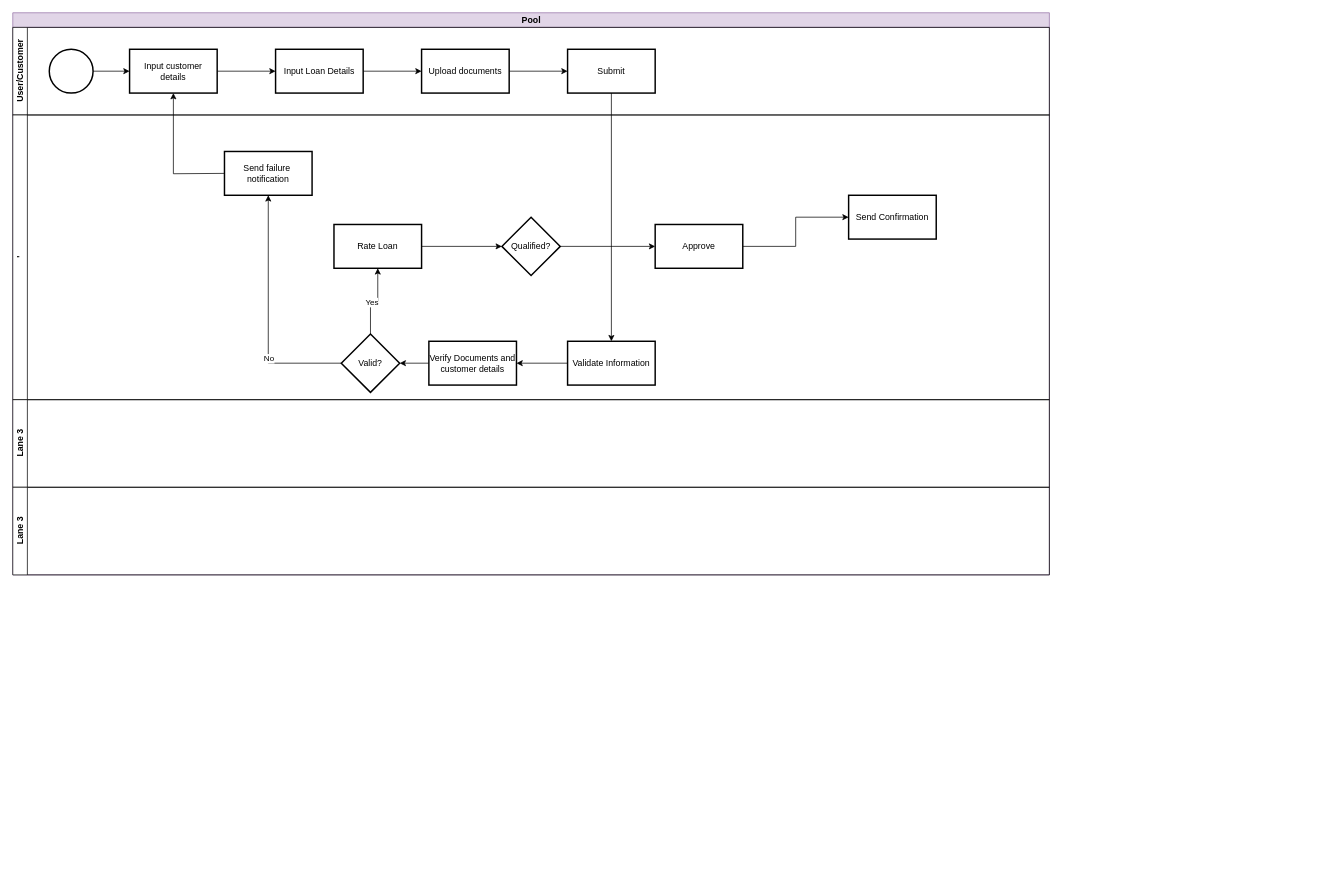
Above: Untitled Diagram.drawio in sharwaridali/Data-Science (draw.io), before the change. Source tidied: cells renumbered, new cells numbered last; positions are measured from the earlier drawing's top-left corner, leaving out a move shared by most shapes. Both pictures are drawn from the tidied source at 73%, with x=0, y=0 at pixel (12, 12).
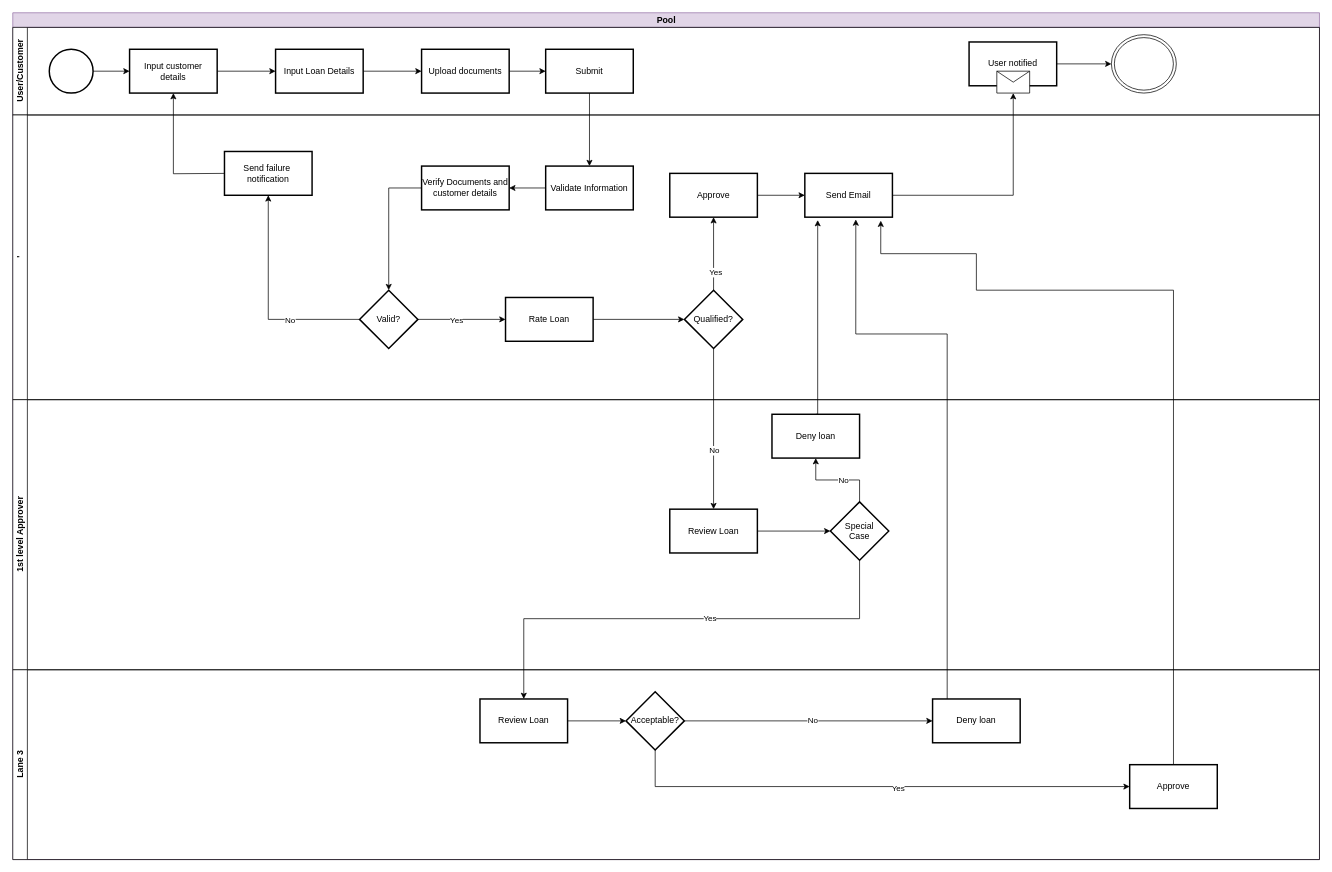
After the change.

What changed in the source:
```diff
@@
     <mxCell id="2" value="Pool" style="swimlane;horizontal=1;startSize=20;html=1;fillColor=#e1d5e7;strokeColor=#9673a6;" parent="1" vertex="1">
-      <mxGeometry width="1420" height="770" as="geometry" />
+      <mxGeometry width="1790" height="1160" as="geometry" />
     </mxCell>
     <mxCell id="3" value="User/Customer" style="swimlane;startSize=20;horizontal=0;html=1;" parent="2" vertex="1">
-      <mxGeometry y="20" width="1420" height="120" as="geometry" />
+      <mxGeometry y="20" width="1790" height="120" as="geometry" />
     </mxCell>
@@
     <mxCell id="12" value="Submit" style="whiteSpace=wrap;html=1;strokeWidth=2;" parent="3" vertex="1">
-      <mxGeometry x="760" y="30" width="120" height="60" as="geometry" />
+      <mxGeometry x="730" y="30" width="120" height="60" as="geometry" />
     </mxCell>
+    <mxCell id="35" style="edgeStyle=orthogonalEdgeStyle;rounded=0;jettySize=auto;html=1;" parent="3" edge="1" source="36" target="38">
+      <mxGeometry relative="1" as="geometry" />
+    </mxCell>
+    <mxCell id="36" value="User notified" style="whiteSpace=wrap;html=1;strokeWidth=2;" parent="3" vertex="1">
+      <mxGeometry x="1310" y="20" width="120" height="60" as="geometry" />
+    </mxCell>
+    <mxCell id="37" style="shape=message;html=1;html=1;outlineConnect=0;labelPosition=center;verticalLabelPosition=bottom;align=center;verticalAlign=top;" parent="3" vertex="1">
+      <mxGeometry x="1348" y="60" width="45" height="30" as="geometry" />
+    </mxCell>
+    <mxCell id="38" style="ellipse;shape=doubleEllipse;whiteSpace=wrap;html=1;" parent="3" vertex="1">
+      <mxGeometry x="1505" y="10" width="88.9" height="80" as="geometry" />
+    </mxCell>
     <mxCell id="13" value="'" style="swimlane;startSize=20;horizontal=0;html=1;" parent="2" vertex="1">
-      <mxGeometry y="140" width="1420" height="390" as="geometry" />
+      <mxGeometry y="140" width="1790" height="390" as="geometry" />
     </mxCell>
@@
     <mxCell id="15" value="Validate Information" style="whiteSpace=wrap;html=1;strokeWidth=2;" parent="13" vertex="1">
-      <mxGeometry x="760" y="310" width="120" height="60" as="geometry" />
+      <mxGeometry x="730" y="70" width="120" height="60" as="geometry" />
     </mxCell>
@@
     <mxCell id="17" value="Verify Documents and customer details" style="whiteSpace=wrap;html=1;strokeWidth=2;" parent="13" vertex="1">
-      <mxGeometry x="570" y="310" width="120" height="60" as="geometry" />
+      <mxGeometry x="560" y="70" width="120" height="60" as="geometry" />
     </mxCell>
@@
     <mxCell id="22" value="Valid?" style="rhombus;whiteSpace=wrap;html=1;strokeWidth=2;" parent="13" vertex="1">
-      <mxGeometry x="450" y="300" width="80" height="80" as="geometry" />
+      <mxGeometry x="475" y="240" width="80" height="80" as="geometry" />
     </mxCell>
@@
     <mxCell id="25" value="Rate Loan" style="whiteSpace=wrap;html=1;strokeWidth=2;" parent="13" vertex="1">
-      <mxGeometry x="440" y="150" width="120" height="60" as="geometry" />
+      <mxGeometry x="675" y="250" width="120" height="60" as="geometry" />
     </mxCell>
     <mxCell id="26" value="Qualified?" style="rhombus;whiteSpace=wrap;html=1;strokeWidth=2;" parent="13" vertex="1">
-      <mxGeometry x="670" y="140" width="80" height="80" as="geometry" />
+      <mxGeometry x="920" y="240" width="80" height="80" as="geometry" />
     </mxCell>
@@
     <mxCell id="28" value="Approve" style="whiteSpace=wrap;html=1;strokeWidth=2;" parent="13" vertex="1">
-      <mxGeometry x="880" y="150" width="120" height="60" as="geometry" />
+      <mxGeometry x="900" y="80" width="120" height="60" as="geometry" />
     </mxCell>
-    <mxCell id="29" value="Send Confirmation" style="whiteSpace=wrap;html=1;strokeWidth=2;" parent="13" vertex="1">
-      <mxGeometry x="1145" y="110" width="120" height="60" as="geometry" />
+    <mxCell id="29" value="Send Email" style="whiteSpace=wrap;html=1;strokeWidth=2;" parent="13" vertex="1">
+      <mxGeometry x="1085" y="80" width="120" height="60" as="geometry" />
     </mxCell>
-    <mxCell id="30" style="edgeStyle=elbowEdgeStyle;rounded=0;jettySize=auto;html=1;jumpStyle=arc;jumpSize=26;" parent="13" edge="1" source="26" target="28">
-      <mxGeometry relative="1" as="geometry" />
+    <mxCell id="30" style="edgeStyle=elbowEdgeStyle;rounded=0;jettySize=auto;html=1;jumpStyle=arc;jumpSize=26;exitX=0.5;exitY=0;exitDx=0;exitDy=0;" parent="13" edge="1" source="26" target="28">
+      <mxGeometry relative="1" as="geometry">
+        <Array as="points">
+          <mxPoint x="960" y="170" />
+        </Array>
+      </mxGeometry>
     </mxCell>
+    <mxCell id="39" value="Yes" style="edgeLabel;html=1;align=center;verticalAlign=middle;" parent="30" vertex="1">
+      <mxGeometry x="-0.5" y="-2" relative="1" as="geometry" />
+    </mxCell>
-    <mxCell id="31" value="Lane 3" style="swimlane;startSize=20;horizontal=0;html=1;" parent="2" vertex="1">
-      <mxGeometry y="530" width="1420" height="120" as="geometry" />
+    <mxCell id="31" value="1st level Approver" style="swimlane;startSize=20;horizontal=0;html=1;" parent="2" vertex="1">
+      <mxGeometry y="530" width="1790" height="370" as="geometry" />
     </mxCell>
+    <mxCell id="40" style="edgeStyle=orthogonalEdgeStyle;rounded=0;jettySize=auto;html=1;" parent="31" edge="1" source="41" target="42">
+      <mxGeometry relative="1" as="geometry" />
+    </mxCell>
+    <mxCell id="41" value="Review Loan" style="whiteSpace=wrap;html=1;strokeWidth=2;" parent="31" vertex="1">
+      <mxGeometry x="900" y="150" width="120" height="60" as="geometry" />
+    </mxCell>
+    <mxCell id="42" value="Special &lt;br&gt;Case" style="rhombus;whiteSpace=wrap;html=1;strokeWidth=2;" parent="31" vertex="1">
+      <mxGeometry x="1120" y="140" width="80" height="80" as="geometry" />
+    </mxCell>
+    <mxCell id="43" style="edgeStyle=orthogonalEdgeStyle;rounded=0;jettySize=auto;html=1;" parent="31" edge="1" source="42" target="45">
+      <mxGeometry relative="1" as="geometry" />
+    </mxCell>
+    <mxCell id="44" value="No" style="edgeLabel;html=1;align=center;verticalAlign=middle;" parent="43" vertex="1">
+      <mxGeometry x="-0.12" y="-1" relative="1" as="geometry" />
+    </mxCell>
+    <mxCell id="45" value="Deny loan" style="whiteSpace=wrap;html=1;strokeWidth=2;" parent="31" vertex="1">
+      <mxGeometry x="1040" y="20" width="120" height="60" as="geometry" />
+    </mxCell>
     <mxCell id="32" value="Lane 3" style="swimlane;startSize=20;horizontal=0;html=1;" parent="2" vertex="1">
-      <mxGeometry y="650" width="1420" height="120" as="geometry" />
+      <mxGeometry y="900" width="1790" height="260" as="geometry" />
     </mxCell>
+    <mxCell id="46" style="edgeStyle=orthogonalEdgeStyle;rounded=0;jettySize=auto;html=1;" parent="32" edge="1" source="47" target="50">
+      <mxGeometry relative="1" as="geometry" />
+    </mxCell>
+    <mxCell id="47" value="Review Loan" style="whiteSpace=wrap;html=1;strokeWidth=2;" parent="32" vertex="1">
+      <mxGeometry x="640" y="40" width="120" height="60" as="geometry" />
+    </mxCell>
+    <mxCell id="48" style="edgeStyle=orthogonalEdgeStyle;rounded=0;jettySize=auto;html=1;exitX=0.5;exitY=1;exitDx=0;exitDy=0;entryX=0;entryY=0.5;entryDx=0;entryDy=0;" parent="32" edge="1" source="50" target="54">
+      <mxGeometry relative="1" as="geometry">
+        <Array as="points">
+          <mxPoint x="880" y="160" />
+          <mxPoint x="1530" y="160" />
+        </Array>
+      </mxGeometry>
+    </mxCell>
+    <mxCell id="49" value="Yes" style="edgeLabel;html=1;align=center;verticalAlign=middle;" parent="48" vertex="1">
+      <mxGeometry x="0.09" y="-1" relative="1" as="geometry" />
+    </mxCell>
+    <mxCell id="50" value="Acceptable?" style="rhombus;whiteSpace=wrap;html=1;strokeWidth=2;" parent="32" vertex="1">
+      <mxGeometry x="840" y="30" width="80" height="80" as="geometry" />
+    </mxCell>
+    <mxCell id="51" value="Deny loan" style="whiteSpace=wrap;html=1;strokeWidth=2;" parent="32" vertex="1">
+      <mxGeometry x="1260" y="40" width="120" height="60" as="geometry" />
+    </mxCell>
+    <mxCell id="52" style="edgeStyle=orthogonalEdgeStyle;rounded=0;jettySize=auto;html=1;entryX=0;entryY=0.5;entryDx=0;entryDy=0;" parent="32" edge="1" source="50" target="51">
+      <mxGeometry relative="1" as="geometry" />
+    </mxCell>
+    <mxCell id="53" value="No" style="edgeLabel;html=1;align=center;verticalAlign=middle;" parent="52" vertex="1">
+      <mxGeometry x="0.03" y="1" relative="1" as="geometry" />
+    </mxCell>
+    <mxCell id="54" value="Approve" style="whiteSpace=wrap;html=1;strokeWidth=2;" parent="32" vertex="1">
+      <mxGeometry x="1530" y="130" width="120" height="60" as="geometry" />
+    </mxCell>
@@
+    <mxCell id="55" style="edgeStyle=orthogonalEdgeStyle;rounded=0;jettySize=auto;html=1;entryX=0.5;entryY=1;entryDx=0;entryDy=0;" parent="2" edge="1" source="29" target="37">
+      <mxGeometry relative="1" as="geometry" />
+    </mxCell>
+    <mxCell id="56" style="edgeStyle=orthogonalEdgeStyle;rounded=0;jettySize=auto;html=1;" parent="2" edge="1" source="26" target="41">
+      <mxGeometry relative="1" as="geometry" />
+    </mxCell>
+    <mxCell id="57" value="No" style="edgeLabel;html=1;align=center;verticalAlign=middle;" parent="56" vertex="1">
+      <mxGeometry x="0.26" relative="1" as="geometry" />
+    </mxCell>
+    <mxCell id="58" style="edgeStyle=orthogonalEdgeStyle;rounded=0;jettySize=auto;html=1;" parent="2" edge="1" source="42" target="47">
+      <mxGeometry relative="1" as="geometry">
+        <Array as="points">
+          <mxPoint x="1160" y="830" />
+          <mxPoint x="700" y="830" />
+        </Array>
+      </mxGeometry>
+    </mxCell>
+    <mxCell id="59" value="Yes" style="edgeLabel;html=1;align=center;verticalAlign=middle;" parent="58" vertex="1">
+      <mxGeometry x="-0.12" y="-1" relative="1" as="geometry" />
+    </mxCell>
+    <mxCell id="60" style="edgeStyle=orthogonalEdgeStyle;rounded=0;jettySize=auto;html=1;entryX=0.147;entryY=1.066;entryDx=0;entryDy=0;exitX=0.5;exitY=0;exitDx=0;exitDy=0;entryPerimeter=0;" parent="2" edge="1" source="45" target="29">
+      <mxGeometry relative="1" as="geometry">
+        <Array as="points">
+          <mxPoint x="1103" y="550" />
+        </Array>
+      </mxGeometry>
+    </mxCell>
+    <mxCell id="61" style="edgeStyle=orthogonalEdgeStyle;rounded=0;jettySize=auto;html=1;entryX=0.867;entryY=1.08;entryDx=0;entryDy=0;entryPerimeter=0;" parent="2" edge="1" source="54" target="29">
+      <mxGeometry relative="1" as="geometry">
+        <Array as="points">
+          <mxPoint x="1590" y="380" />
+          <mxPoint x="1320" y="380" />
+          <mxPoint x="1320" y="330" />
+          <mxPoint x="1189" y="330" />
+        </Array>
+      </mxGeometry>
+    </mxCell>
+    <mxCell id="62" style="edgeStyle=orthogonalEdgeStyle;rounded=0;jettySize=auto;html=1;entryX=0.582;entryY=1.052;entryDx=0;entryDy=0;entryPerimeter=0;" parent="2" edge="1" source="51" target="29">
+      <mxGeometry relative="1" as="geometry">
+        <Array as="points">
+          <mxPoint x="1280" y="440" />
+          <mxPoint x="1155" y="440" />
+        </Array>
+      </mxGeometry>
+    </mxCell>
```
